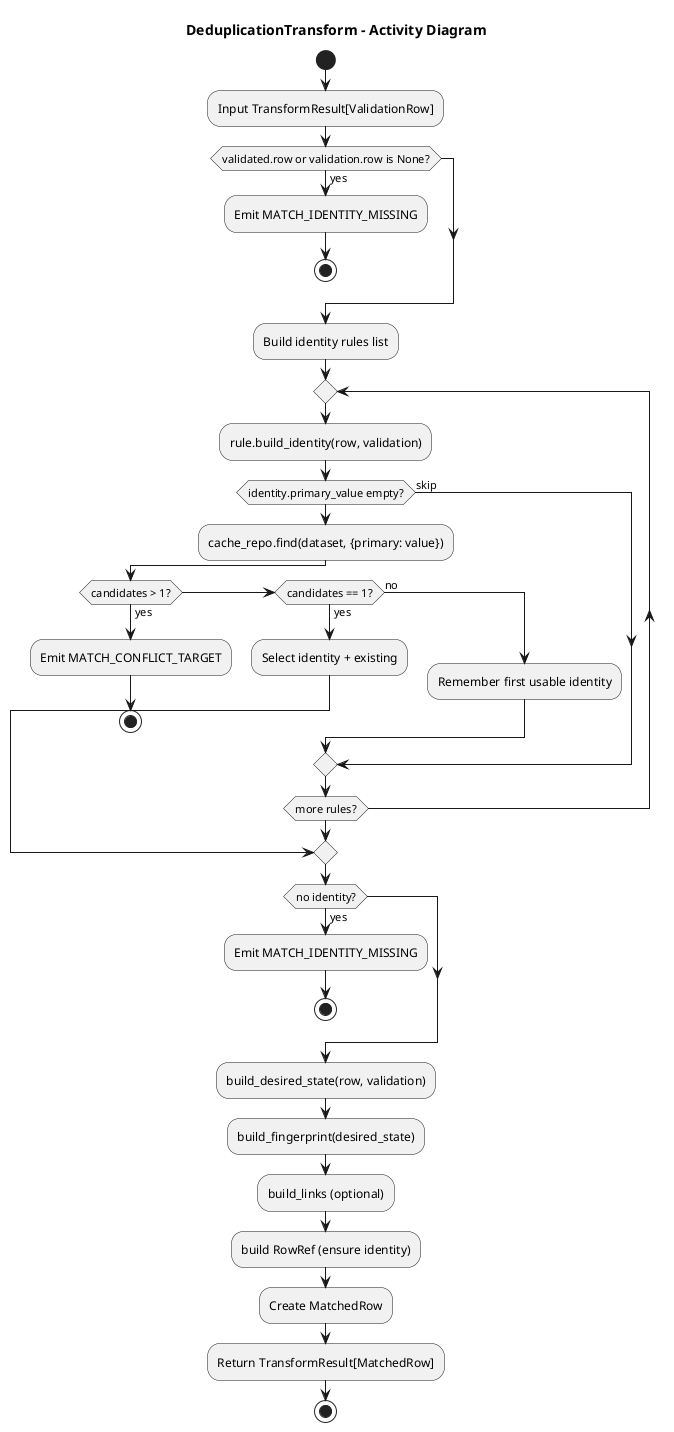
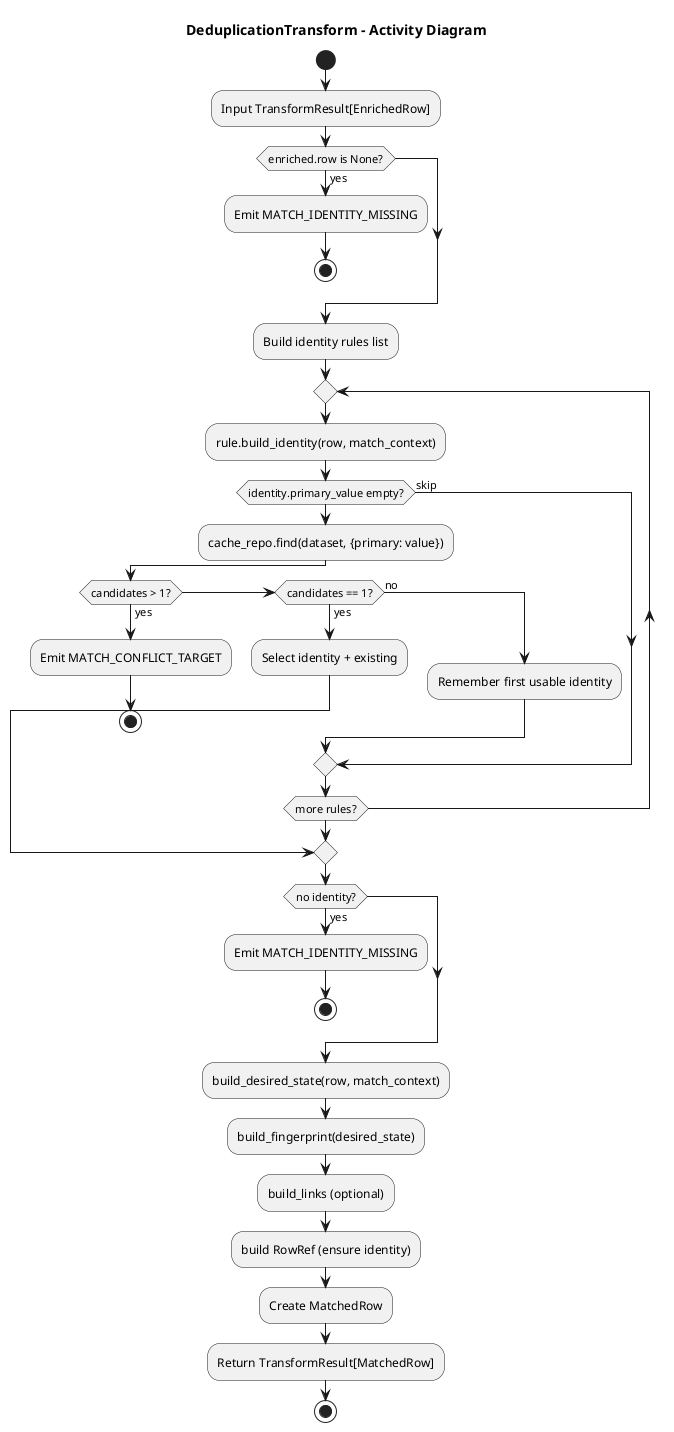
@startuml
title DeduplicationTransform - Activity Diagram

start
- :Input TransformResult[ValidationRow];
- if (validated.row or validation.row is None?) then (yes)
+ :Input TransformResult[EnrichedRow];
+ if (enriched.row is None?) then (yes)
  :Emit MATCH_IDENTITY_MISSING;
  stop
endif

:Build identity rules list;
repeat
-   :rule.build_identity(row, validation);
+   :rule.build_identity(row, match_context);
  if (identity.primary_value empty?) then (skip)
  else
    :cache_repo.find(dataset, {primary: value});
    if (candidates > 1?) then (yes)
      :Emit MATCH_CONFLICT_TARGET;
      stop
    elseif (candidates == 1?) then (yes)
      :Select identity + existing;
      break
    else (no)
      :Remember first usable identity;
    endif
  endif
repeat while (more rules?)

if (no identity?) then (yes)
  :Emit MATCH_IDENTITY_MISSING;
  stop
endif

- :build_desired_state(row, validation);
+ :build_desired_state(row, match_context);
:build_fingerprint(desired_state);
:build_links (optional);
:build RowRef (ensure identity);
:Create MatchedRow;
:Return TransformResult[MatchedRow];
stop

@enduml
